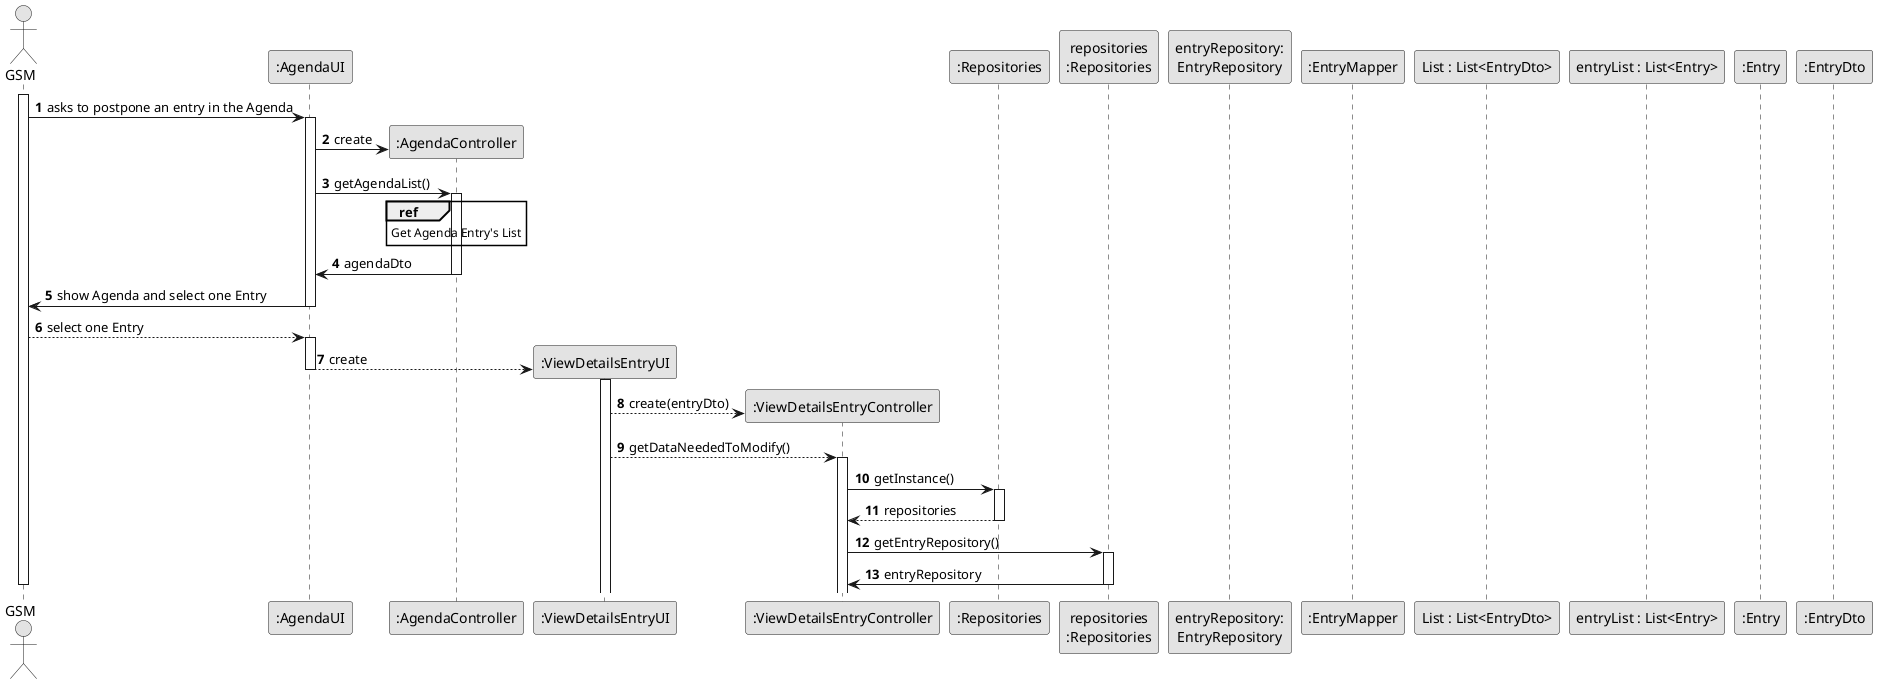
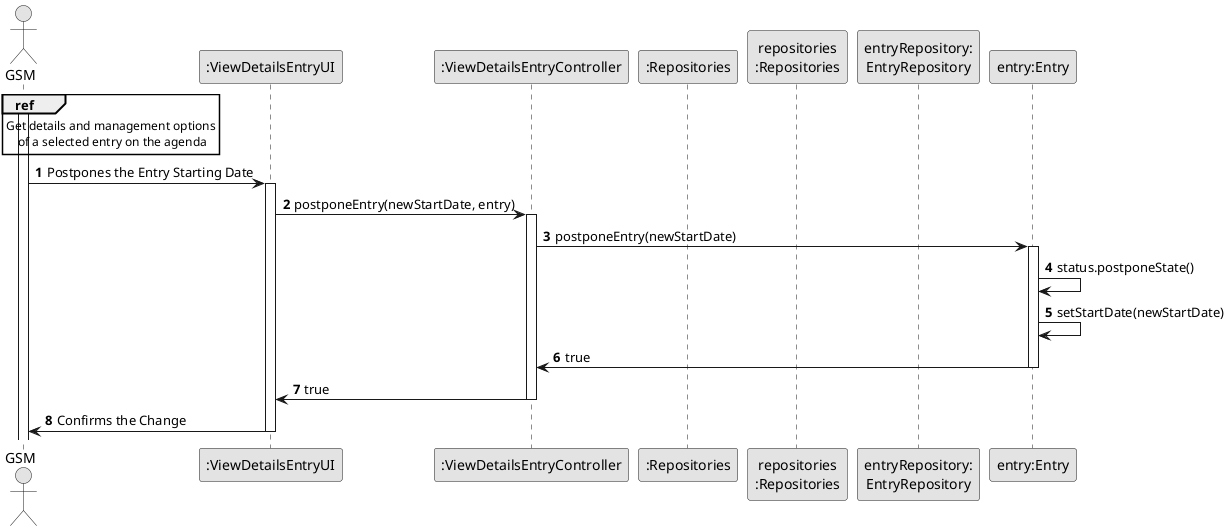
- ç@startuml
+ @startuml
skinparam monochrome true
skinparam packageStyle rectangle
skinparam shadowing false

autonumber

- 'hide footbox
actor "GSM" as GSM
- participant ":AgendaUI" as AgendaUI
- participant ":AgendaController" as AgendaController
+ 
participant ":ViewDetailsEntryUI" as UI2
participant ":ViewDetailsEntryController" as CTRL2
participant ":Repositories" as RepositorySingleton
participant "repositories\n:Repositories" as PLAT
participant "entryRepository:\nEntryRepository" as EntryRepository
- participant ":EntryMapper" as MAPPER
- participant "List : List<EntryDto>" as EntryDtoList
- participant "entryList : List<Entry>" as EntryList
- participant ":Entry" as OBJ
- participant ":EntryDto" as EntryDto
- 
+ participant "entry:Entry" as OBJ

activate GSM

-         GSM -> AgendaUI: asks to postpone an entry in the Agenda
-         activate AgendaUI
+ ref over GSM : Get details and management options\n of a selected entry on the agenda

-         AgendaUI -> AgendaController**: create
+ GSM-> UI2: Postpones the Entry Starting Date
+ activate UI2

+ UI2 -> CTRL2: postponeEntry(newStartDate, entry)
+ activate CTRL2

+ CTRL2 -> OBJ: postponeEntry(newStartDate)
+ activate OBJ

-   AgendaUI -> AgendaController : getAgendaList()
-             activate AgendaController
-                         ref over AgendaController
-                                 Get Agenda Entry's List
-                         end
+ OBJ -> OBJ: status.postponeState()
+ OBJ -> OBJ: setStartDate(newStartDate)

+ OBJ -> CTRL2: true

-             AgendaController -> AgendaUI : agendaDto
-             deactivate AgendaController
+ deactivate OBJ

-         deactivate AgendaController
-         AgendaUI -> GSM : show Agenda and select one Entry
-                     deactivate AgendaUI
-                      GSM --> AgendaUI : select one Entry
-                                 activate AgendaUI
+ CTRL2 -> UI2: true
+ deactivate CTRL2

-                                 AgendaUI --> UI2** : create
-                                 activate UI2
-                                 deactivate AgendaUI
-                                 UI2 --> CTRL2** : create(entryDto)
+ UI2 -> GSM: Confirms the Change
+ deactivate UI2

-                                             UI2 --> CTRL2 : getDataNeededToModify()
-                                             activate CTRL2
- 
-              CTRL2 -> RepositorySingleton : getInstance()
-                                                     activate RepositorySingleton
- 
-                                                         RepositorySingleton --> CTRL2: repositories
-                                                     deactivate RepositorySingleton
- 
-                                                     CTRL2 -> PLAT : getEntryRepository()
-                                                     activate PLAT
- 
- 
-                                                     PLAT -> CTRL2 : entryRepository
-                                                     deactivate PLAT
- 
- 
- 
- 
- 
- 
- 
- 
- 
- 
- 
- 
- 
- 
- 
- 
- 
- 
- 
- 
- 
- 
- 
- 
- 
- 
- 
- 
- 
- 
- 
- deactivate GSM
- 
- @enduml+ @enduml
